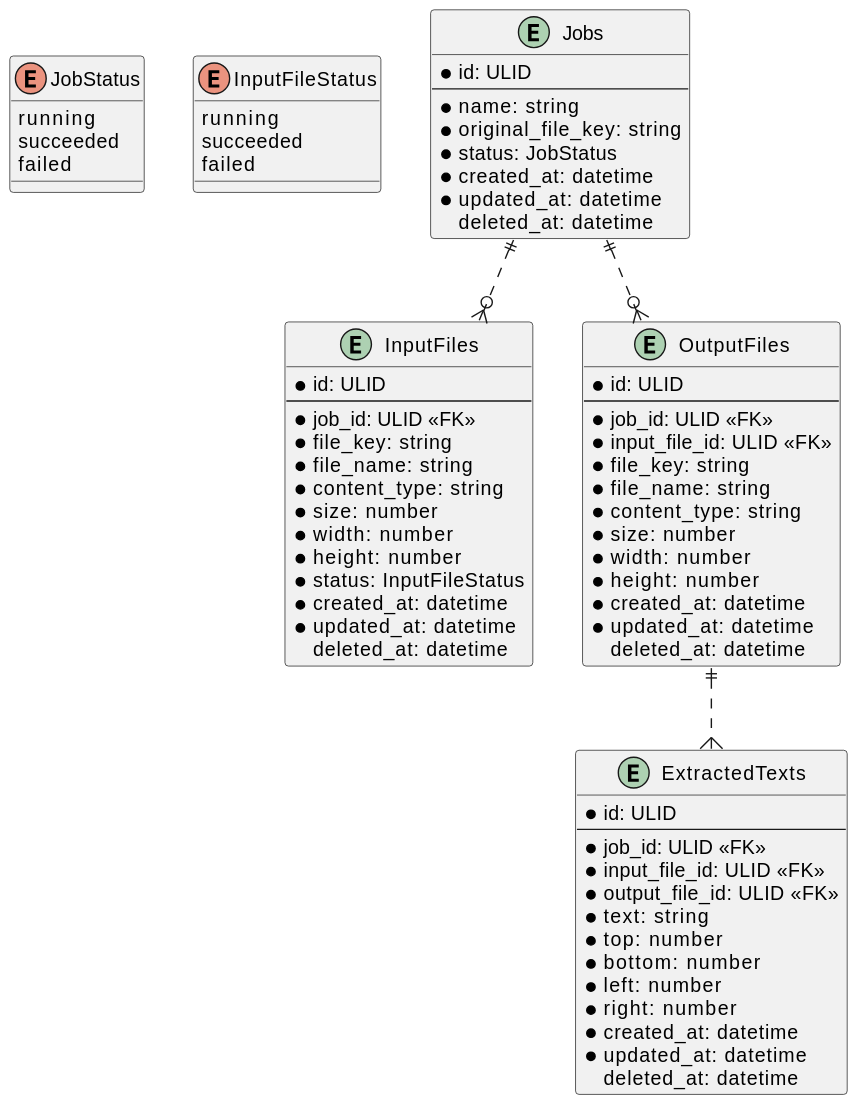
Above: docs/tables.svg in ijufumi/google-vision-sample (PlantUML), before the change. The source it was exported from:
```plantuml
@startuml
enum JobStatus {
  running
  succeeded
  failed
}

enum InputFileStatus {
  running
  succeeded
  failed
}

entity Jobs {
  * id: ULID
  --
  * name: string
  * original_file_key: string
  * status: JobStatus
  * created_at: datetime
  * updated_at: datetime
    deleted_at: datetime
}

entity InputFiles {
  * id: ULID
  --
  * job_id: ULID <<FK>>
  * file_key: string
  * file_name: string
  * content_type: string
  * size: number
  * width: number
  * height: number
  * status: InputFileStatus
  * created_at: datetime
  * updated_at: datetime
    deleted_at: datetime
}

entity OutputFiles {
  * id: ULID
  --
  * job_id: ULID <<FK>>
  * input_file_id: ULID <<FK>>
  * file_key: string
  * file_name: string
  * content_type: string
  * size: number
  * width: number
  * height: number
  * created_at: datetime
  * updated_at: datetime
    deleted_at: datetime
}

entity ExtractedTexts {
  * id: ULID
  --
  * job_id: ULID <<FK>>
  * input_file_id: ULID <<FK>>
  * output_file_id: ULID <<FK>>
  * text: string
  * top: number
  * bottom: number
  * left: number
  * right: number
  * created_at: datetime
  * updated_at: datetime
    deleted_at: datetime
}

Jobs ||..o{ InputFiles
Jobs ||..o{ OutputFiles
OutputFiles ||..do{ ExtractedTexts
@enduml
```
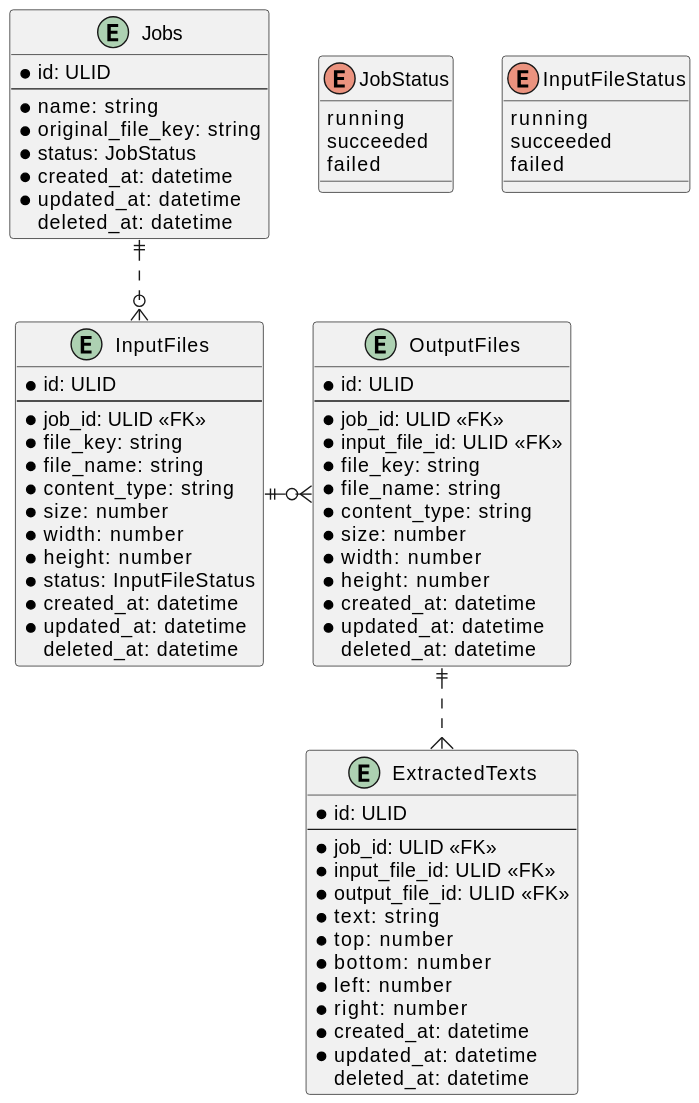
Later version of the same file.

What changed in the source:
```diff
@@ -71,6 +71,6 @@
 }
 
 Jobs ||..o{ InputFiles
-Jobs ||..o{ OutputFiles
+InputFiles ||..ro{ OutputFiles
 OutputFiles ||..do{ ExtractedTexts
 @enduml
```
